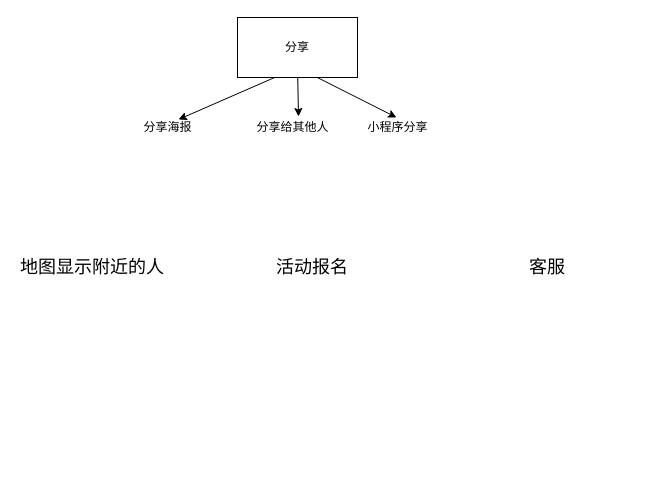
JacksonHXB/ProWX_pingpang keeps this draw.io diagram as 原型设计/Untitled Diagram.drawio. Above is the earlier version. Source tidied: cells renumbered, new cells numbered last; positions are measured from the earlier drawing's top-left corner, leaving out a move shared by most shapes. Both pictures are drawn from the tidied source at 100%, with x=0, y=0 at pixel (17, 17).
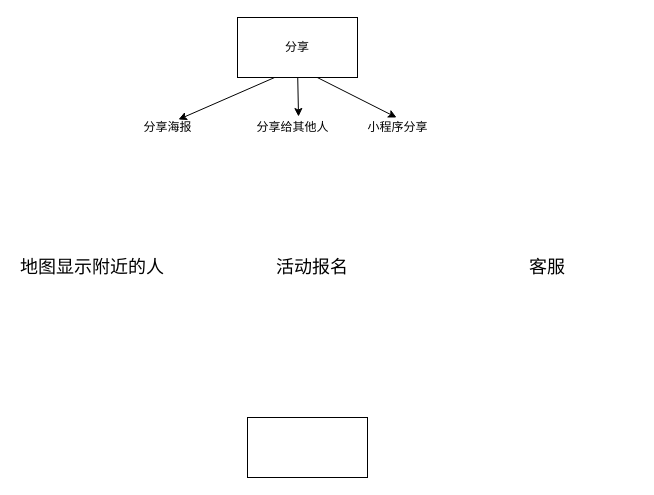
Above is the later version.

Commit message:
小程序设计

Change to the diagram source:
```diff
@@
 <mxGraphModel>
   <root>
     <mxCell id="0" />
     <mxCell id="1" parent="0" />
     <mxCell id="2" value="分享海报" style="text;html=1;align=center;verticalAlign=middle;points=[];" parent="1" vertex="1">
       <mxGeometry x="120" y="100" width="60" height="20" as="geometry" />
     </mxCell>
     <mxCell id="3" value="分享给其他人" style="text;html=1;align=center;verticalAlign=middle;points=[];" parent="1" vertex="1">
       <mxGeometry x="230" y="100" width="90" height="20" as="geometry" />
     </mxCell>
     <mxCell id="4" value="小程序分享" style="text;html=1;align=center;verticalAlign=middle;points=[];" parent="1" vertex="1">
       <mxGeometry x="340" y="100" width="80" height="20" as="geometry" />
     </mxCell>
     <mxCell id="5" style="endArrow=classic;html=1;exitX=0.5;exitY=0.95;exitDx=0;exitDy=0;exitPerimeter=0;entryX=0.567;entryY=-0.05;entryDx=0;entryDy=0;entryPerimeter=0;" parent="1" edge="1" target="3">
       <mxGeometry relative="1" as="geometry">
         <mxPoint x="280" y="49" as="sourcePoint" />
       </mxGeometry>
     </mxCell>
     <mxCell id="6" style="endArrow=classic;html=1;exitX=0.5;exitY=1;exitDx=0;exitDy=0;exitPerimeter=0;entryX=0.683;entryY=0.1;entryDx=0;entryDy=0;entryPerimeter=0;" parent="1" edge="1" target="2">
       <mxGeometry relative="1" as="geometry">
         <mxPoint x="280" y="50" as="sourcePoint" />
       </mxGeometry>
     </mxCell>
     <mxCell id="7" style="endArrow=classic;html=1;entryX=0.488;entryY=0;entryDx=0;entryDy=0;entryPerimeter=0;" parent="1" edge="1" target="4">
       <mxGeometry relative="1" as="geometry">
         <mxPoint x="280" y="50" as="sourcePoint" />
       </mxGeometry>
     </mxCell>
     <mxCell id="8" value="分享" style="rounded=0;whiteSpace=wrap;html=1;" parent="1" vertex="1">
       <mxGeometry x="220" width="120" height="60" as="geometry" />
     </mxCell>
     <mxCell id="9" value="地图显示附近的人" style="text;html=1;strokeColor=none;fillColor=none;align=center;verticalAlign=middle;whiteSpace=wrap;rounded=0;fontSize=18;" parent="1" vertex="1">
       <mxGeometry y="240" width="150" height="20" as="geometry" />
     </mxCell>
     <mxCell id="10" value="客服" style="text;html=1;strokeColor=none;fillColor=none;align=center;verticalAlign=middle;whiteSpace=wrap;rounded=0;fontSize=18;" parent="1" vertex="1">
       <mxGeometry x="440" y="215" width="180" height="70" as="geometry" />
     </mxCell>
     <mxCell id="11" value="活动报名" style="text;html=1;strokeColor=none;fillColor=none;align=center;verticalAlign=middle;whiteSpace=wrap;rounded=0;fontSize=18;" parent="1" vertex="1">
       <mxGeometry x="250" y="240" width="90" height="20" as="geometry" />
     </mxCell>
+    <mxCell id="12" style="rounded=0;whiteSpace=wrap;html=1;" parent="1" vertex="1">
+      <mxGeometry x="230" y="400" width="120" height="60" as="geometry" />
+    </mxCell>
   </root>
 </mxGraphModel>
```
